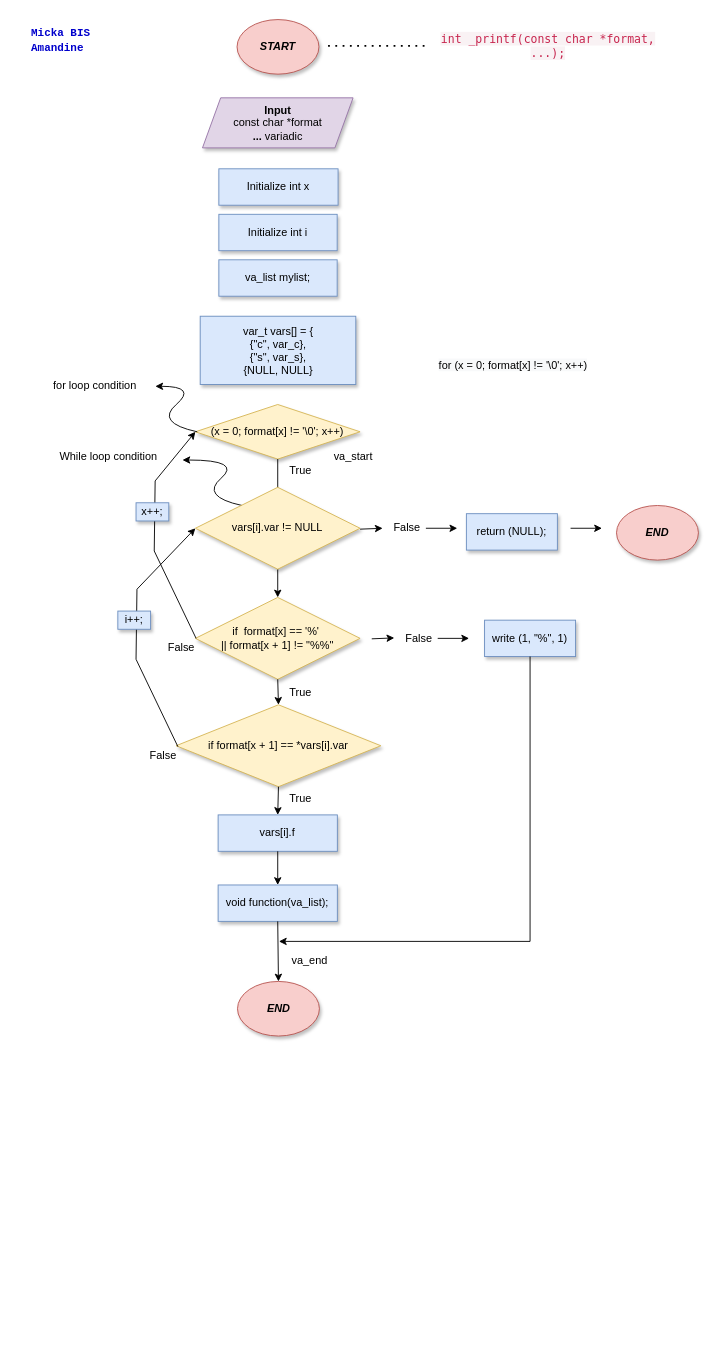
The draw.io diagram page "Printf" (1 of 4) of Diagramme sans nom.drawio in Amandine4731/holbertonschool-printf, before the edit. Source tidied: cells renumbered, new cells numbered last; positions are measured from the earlier drawing's top-left corner, leaving out a move shared by most shapes. Both pictures are drawn from the tidied source at 91%, with x=0, y=0 at pixel (19, 19).
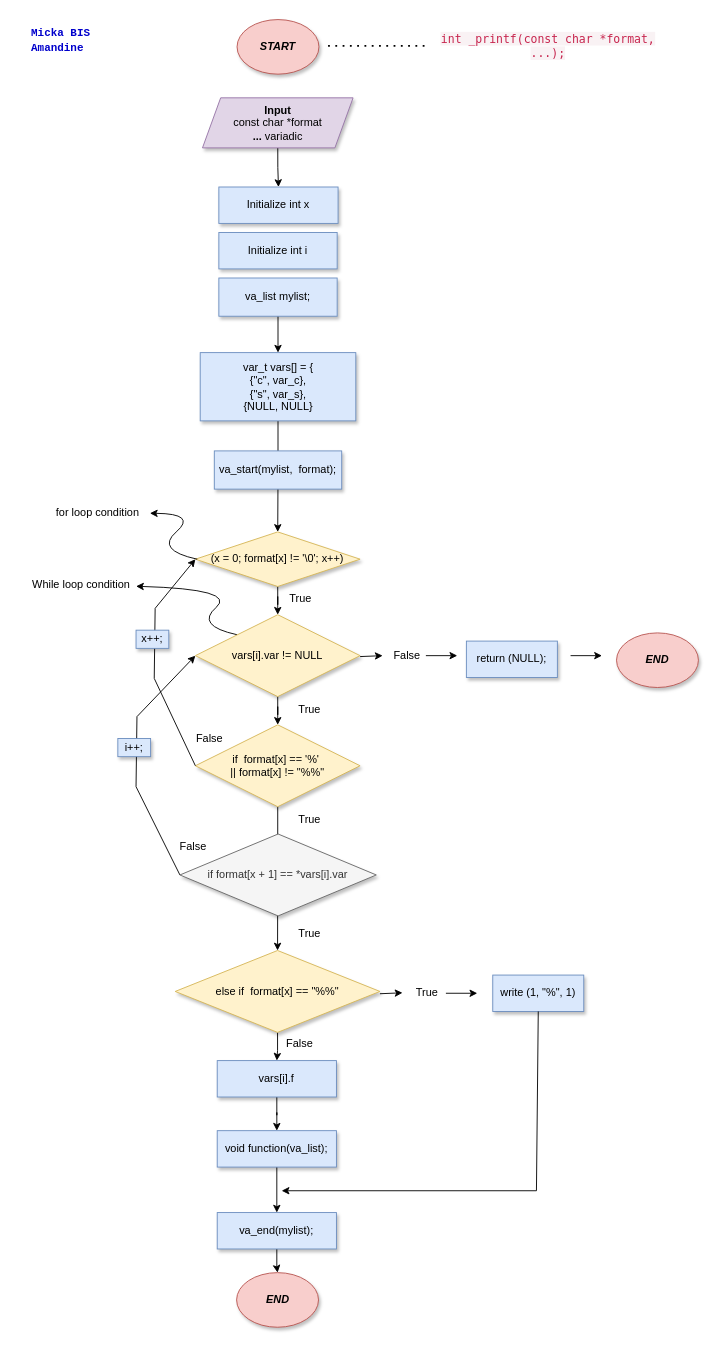
The same diagram, later.

Commit message:
Mettre à jour Diagramme sans nom.drawio

Unchanged cells that the change refers to:
```xml
<mxCell id="30" value="&lt;b&gt;Input&lt;/b&gt;&lt;br&gt;const char *format&lt;br&gt;&lt;b&gt;... &lt;/b&gt;variadic" style="shape=parallelogram;perimeter=parallelogramPerimeter;whiteSpace=wrap;html=1;fixedSize=1;shadow=1;strokeWidth=1;fillColor=#e1d5e7;strokeColor=#9673a6;" parent="1" vertex="1">
  <mxGeometry x="201" y="86" width="165.5" height="55" as="geometry" />
</mxCell>
```

Change to the diagram source:
```diff
@@
     <mxCell id="3" value="Initialize int i" style="rounded=0;whiteSpace=wrap;html=1;shadow=1;strokeWidth=1;fillColor=#dae8fc;strokeColor=#6c8ebf;" parent="1" vertex="1">
-      <mxGeometry x="219" y="214" width="130" height="40" as="geometry" />
+      <mxGeometry x="219" y="234" width="130" height="40" as="geometry" />
     </mxCell>
+    <mxCell id="51" style="edgeStyle=orthogonalEdgeStyle;rounded=0;jettySize=auto;html=1;" parent="1" edge="1" source="4" target="36">
+      <mxGeometry relative="1" as="geometry" />
+    </mxCell>
     <mxCell id="4" value="(x = 0; format[x] != '\0'; x++)" style="rhombus;whiteSpace=wrap;html=1;shadow=1;strokeWidth=1;fillColor=#fff2cc;strokeColor=#d6b656;" parent="1" vertex="1">
-      <mxGeometry x="193.2" y="423" width="181" height="60" as="geometry" />
+      <mxGeometry x="193.2" y="563" width="181" height="60" as="geometry" />
     </mxCell>
-    <mxCell id="5" style="curved=1;endArrow=classic;html=1;rounded=0;" parent="1" edge="1">
+    <mxCell id="5" style="curved=1;endArrow=classic;html=1;rounded=0;" parent="1" edge="1" target="6">
       <mxGeometry relative="1" as="geometry">
-        <mxPoint x="244.5" y="534" as="sourcePoint" />
-        <mxPoint x="179" y="484" as="targetPoint" />
+        <mxPoint x="239" y="676" as="sourcePoint" />
         <Array as="points">
-          <mxPoint x="198.5" y="524" />
-          <mxPoint x="244.5" y="484" />
+          <mxPoint x="193" y="666" />
+          <mxPoint x="239" y="626" />
         </Array>
       </mxGeometry>
     </mxCell>
     <mxCell id="6" value="While loop condition" style="text;html=1;strokeColor=none;fillColor=none;align=center;verticalAlign=middle;whiteSpace=wrap;rounded=0;shadow=0;strokeWidth=1;" parent="1" vertex="1">
-      <mxGeometry x="38" y="466" width="120" height="30" as="geometry" />
+      <mxGeometry x="8" y="606" width="120" height="30" as="geometry" />
     </mxCell>
     <mxCell id="7" style="endArrow=classic;html=1;rounded=0;exitX=1;exitY=0.5;exitDx=0;exitDy=0;" parent="1" edge="1">
       <mxGeometry relative="1" as="geometry">
-        <mxPoint x="374.2" y="560" as="sourcePoint" />
-        <mxPoint x="399" y="559" as="targetPoint" />
+        <mxPoint x="374.2" y="700" as="sourcePoint" />
+        <mxPoint x="399" y="699" as="targetPoint" />
       </mxGeometry>
     </mxCell>
     <mxCell id="8" value="False" style="text;html=1;strokeColor=none;fillColor=none;align=center;verticalAlign=middle;whiteSpace=wrap;rounded=0;shadow=0;strokeWidth=1;" parent="1" vertex="1">
-      <mxGeometry x="406" y="544" width="40" height="30" as="geometry" />
+      <mxGeometry x="406" y="684" width="40" height="30" as="geometry" />
     </mxCell>
     <mxCell id="9" style="endArrow=classic;html=1;rounded=0;exitX=1;exitY=0.5;exitDx=0;exitDy=0;" parent="1" edge="1">
       <mxGeometry relative="1" as="geometry">
-        <mxPoint x="446.5" y="559" as="sourcePoint" />
-        <mxPoint x="481" y="559" as="targetPoint" />
+        <mxPoint x="446.5" y="699" as="sourcePoint" />
+        <mxPoint x="481" y="699" as="targetPoint" />
       </mxGeometry>
     </mxCell>
     <mxCell id="10" value="return (NULL);" style="rounded=0;whiteSpace=wrap;html=1;shadow=1;strokeWidth=1;fillColor=#dae8fc;strokeColor=#6c8ebf;" parent="1" vertex="1">
-      <mxGeometry x="491" y="543" width="100" height="40" as="geometry" />
+      <mxGeometry x="491" y="683" width="100" height="40" as="geometry" />
     </mxCell>
     <mxCell id="11" style="endArrow=classic;html=1;rounded=0;exitX=1;exitY=0.5;exitDx=0;exitDy=0;" parent="1" edge="1">
       <mxGeometry relative="1" as="geometry">
-        <mxPoint x="605.5" y="559" as="sourcePoint" />
-        <mxPoint x="640" y="559" as="targetPoint" />
+        <mxPoint x="605.5" y="699" as="sourcePoint" />
+        <mxPoint x="640" y="699" as="targetPoint" />
       </mxGeometry>
     </mxCell>
     <mxCell id="12" value="&lt;b&gt;&lt;i&gt;END&lt;/i&gt;&lt;/b&gt;" style="ellipse;whiteSpace=wrap;html=1;shadow=1;fillColor=#f8cecc;strokeColor=#b85450;" parent="1" vertex="1">
-      <mxGeometry x="656" y="534" width="90" height="60" as="geometry" />
+      <mxGeometry x="656" y="674" width="90" height="60" as="geometry" />
     </mxCell>
+    <mxCell id="22" style="edgeStyle=orthogonalEdgeStyle;rounded=0;jettySize=auto;html=1;entryX=0.5;entryY=0;entryDx=0;entryDy=0;" parent="1" edge="1" source="13" target="20">
+      <mxGeometry relative="1" as="geometry" />
+    </mxCell>
-    <mxCell id="13" value="if format[x + 1] == *vars[i].var" style="rhombus;whiteSpace=wrap;html=1;shadow=1;strokeWidth=1;fillColor=#fff2cc;strokeColor=#d6b656;" parent="1" vertex="1">
-      <mxGeometry x="172" y="753" width="225" height="90" as="geometry" />
+    <mxCell id="13" value="else if&amp;nbsp; format[x] == &quot;%%&quot;" style="rhombus;whiteSpace=wrap;html=1;shadow=1;strokeWidth=1;fillColor=#fff2cc;strokeColor=#d6b656;" parent="1" vertex="1">
+      <mxGeometry x="171" y="1023" width="225" height="90" as="geometry" />
     </mxCell>
-    <mxCell id="14" style="endArrow=classic;html=1;rounded=0;exitX=0.5;exitY=1;exitDx=0;exitDy=0;entryX=0.5;entryY=0;entryDx=0;entryDy=0;" parent="1" edge="1" source="4" target="26">
-      <mxGeometry relative="1" as="geometry" />
-    </mxCell>
-    <mxCell id="15" style="endArrow=classic;html=1;rounded=0;exitX=0;exitY=0.5;exitDx=0;exitDy=0;entryX=0;entryY=0.5;entryDx=0;entryDy=0;" parent="1" edge="1" target="36">
+    <mxCell id="15" style="endArrow=classic;html=1;rounded=0;entryX=0;entryY=0.5;entryDx=0;entryDy=0;exitX=0;exitY=0.5;exitDx=0;exitDy=0;" parent="1" edge="1" source="57" target="36">
       <mxGeometry relative="1" as="geometry">
-        <mxPoint x="174" y="799" as="sourcePoint" />
         <Array as="points">
-          <mxPoint x="128" y="703" />
-          <mxPoint x="129" y="626" />
+          <mxPoint x="128" y="843" />
+          <mxPoint x="129" y="766" />
         </Array>
       </mxGeometry>
     </mxCell>
     <mxCell id="16" value="True" style="text;html=1;strokeColor=none;fillColor=none;align=center;verticalAlign=middle;whiteSpace=wrap;rounded=0;shadow=0;strokeWidth=1;" parent="1" vertex="1">
-      <mxGeometry x="289" y="725" width="40" height="30" as="geometry" />
+      <mxGeometry x="299" y="744" width="40" height="30" as="geometry" />
     </mxCell>
     <mxCell id="17" value="False" style="text;html=1;strokeColor=none;fillColor=none;align=center;verticalAlign=middle;whiteSpace=wrap;rounded=0;shadow=0;strokeWidth=1;" parent="1" vertex="1">
-      <mxGeometry x="138" y="794" width="40" height="30" as="geometry" />
+      <mxGeometry x="171" y="894" width="40" height="30" as="geometry" />
     </mxCell>
     <mxCell id="18" value="i++;" style="rounded=0;whiteSpace=wrap;html=1;shadow=1;strokeWidth=1;fillColor=#dae8fc;strokeColor=#6c8ebf;" parent="1" vertex="1">
-      <mxGeometry x="108" y="650" width="36" height="20" as="geometry" />
+      <mxGeometry x="108" y="790" width="36" height="20" as="geometry" />
     </mxCell>
-    <mxCell id="19" value="True" style="text;html=1;strokeColor=none;fillColor=none;align=center;verticalAlign=middle;whiteSpace=wrap;rounded=0;shadow=0;strokeWidth=1;" parent="1" vertex="1">
-      <mxGeometry x="289" y="841" width="40" height="30" as="geometry" />
+    <mxCell id="19" value="False" style="text;html=1;strokeColor=none;fillColor=none;align=center;verticalAlign=middle;whiteSpace=wrap;rounded=0;shadow=0;strokeWidth=1;" parent="1" vertex="1">
+      <mxGeometry x="288" y="1111" width="40" height="30" as="geometry" />
     </mxCell>
+    <mxCell id="23" style="edgeStyle=orthogonalEdgeStyle;rounded=0;jettySize=auto;html=1;entryX=0.5;entryY=0;entryDx=0;entryDy=0;" parent="1" edge="1" source="20" target="21">
+      <mxGeometry relative="1" as="geometry" />
+    </mxCell>
     <mxCell id="20" value="vars[i].f" style="rounded=0;whiteSpace=wrap;html=1;shadow=1;strokeWidth=1;fillColor=#dae8fc;strokeColor=#6c8ebf;" parent="1" vertex="1">
-      <mxGeometry x="218.2" y="874" width="131" height="40" as="geometry" />
+      <mxGeometry x="217.2" y="1144" width="131" height="40" as="geometry" />
     </mxCell>
+    <mxCell id="52" style="edgeStyle=orthogonalEdgeStyle;rounded=0;jettySize=auto;html=1;entryX=0.5;entryY=0;entryDx=0;entryDy=0;" parent="1" edge="1" source="21" target="60">
+      <mxGeometry relative="1" as="geometry" />
+    </mxCell>
     <mxCell id="21" value="void function(va_list);" style="rounded=0;whiteSpace=wrap;html=1;shadow=1;strokeWidth=1;fillColor=#dae8fc;strokeColor=#6c8ebf;" parent="1" vertex="1">
-      <mxGeometry x="218.2" y="951" width="131" height="40" as="geometry" />
+      <mxGeometry x="217.2" y="1221" width="131" height="40" as="geometry" />
     </mxCell>
-    <mxCell id="22" style="endArrow=classic;html=1;rounded=0;exitX=0.5;exitY=1;exitDx=0;exitDy=0;entryX=0.5;entryY=0;entryDx=0;entryDy=0;" parent="1" edge="1" source="13" target="20">
-      <mxGeometry relative="1" as="geometry" />
-    </mxCell>
-    <mxCell id="23" style="endArrow=classic;html=1;rounded=0;exitX=0.5;exitY=1;exitDx=0;exitDy=0;entryX=0.5;entryY=0;entryDx=0;entryDy=0;" parent="1" edge="1" source="20" target="21">
-      <mxGeometry relative="1" as="geometry" />
-    </mxCell>
     <mxCell id="24" value="&lt;b&gt;&lt;i&gt;END&lt;/i&gt;&lt;/b&gt;" style="ellipse;whiteSpace=wrap;html=1;shadow=1;fillColor=#f8cecc;strokeColor=#b85450;" parent="1" vertex="1">
-      <mxGeometry x="239.5" y="1057" width="90" height="60" as="geometry" />
+      <mxGeometry x="238.5" y="1377" width="90" height="60" as="geometry" />
     </mxCell>
-    <mxCell id="25" style="endArrow=classic;html=1;rounded=0;exitX=0.5;exitY=1;exitDx=0;exitDy=0;entryX=0.5;entryY=0;entryDx=0;entryDy=0;" parent="1" edge="1" source="21" target="24">
-      <mxGeometry relative="1" as="geometry" />
-    </mxCell>
+    <mxCell id="37" style="edgeStyle=orthogonalEdgeStyle;rounded=0;jettySize=auto;html=1;entryX=0.5;entryY=0;entryDx=0;entryDy=0;" parent="1" edge="1" source="26" target="13">
+      <mxGeometry relative="1" as="geometry" />
+    </mxCell>
-    <mxCell id="26" value="if&amp;nbsp; format[x] == '%'&amp;nbsp;&lt;br&gt;|| format[x + 1]&amp;nbsp;!= &quot;%%&quot;" style="rhombus;whiteSpace=wrap;html=1;shadow=1;strokeWidth=1;fillColor=#fff2cc;strokeColor=#d6b656;" parent="1" vertex="1">
-      <mxGeometry x="193.2" y="635" width="181" height="90" as="geometry" />
+    <mxCell id="26" value="if&amp;nbsp; format[x] == '%'&amp;nbsp;&lt;br&gt;|| format[x]&amp;nbsp;!= &quot;%%&quot;" style="rhombus;whiteSpace=wrap;html=1;shadow=1;strokeWidth=1;fillColor=#fff2cc;strokeColor=#d6b656;" parent="1" vertex="1">
+      <mxGeometry x="193.2" y="775" width="181" height="90" as="geometry" />
     </mxCell>
     <mxCell id="27" value="Initialize int x" style="rounded=0;whiteSpace=wrap;html=1;shadow=1;strokeWidth=1;fillColor=#dae8fc;strokeColor=#6c8ebf;" parent="1" vertex="1">
-      <mxGeometry x="219" y="164" width="131" height="40" as="geometry" />
+      <mxGeometry x="219" y="184" width="131" height="40" as="geometry" />
     </mxCell>
@@
+    <mxCell id="53" style="edgeStyle=orthogonalEdgeStyle;rounded=0;jettySize=auto;html=1;exitX=0.5;exitY=1;exitDx=0;exitDy=0;" parent="1" edge="1" source="30" target="27">
+      <mxGeometry relative="1" as="geometry" />
+    </mxCell>
@@
-    <mxCell id="31" style="edgeStyle=orthogonalEdgeStyle;rounded=0;orthogonalLoop=1;jettySize=auto;html=1;exitX=0.5;exitY=1;exitDx=0;exitDy=0;" parent="1" edge="1" source="16" target="16">
-      <mxGeometry relative="1" as="geometry" />
+    <mxCell id="31" style="edgeStyle=orthogonalEdgeStyle;rounded=0;orthogonalLoop=1;jettySize=auto;html=1;exitX=0.5;exitY=1;exitDx=0;exitDy=0;" parent="1" edge="1">
+      <mxGeometry relative="1" as="geometry">
+        <mxPoint x="308" y="1025" as="sourcePoint" />
+        <mxPoint x="308" y="1025" as="targetPoint" />
+      </mxGeometry>
     </mxCell>
     <mxCell id="32" value="True" style="text;html=1;strokeColor=none;fillColor=none;align=center;verticalAlign=middle;whiteSpace=wrap;rounded=0;shadow=0;strokeWidth=1;" parent="1" vertex="1">
-      <mxGeometry x="289" y="481" width="40" height="30" as="geometry" />
+      <mxGeometry x="289" y="621" width="40" height="30" as="geometry" />
     </mxCell>
     <mxCell id="33" style="endArrow=classic;html=1;rounded=0;exitX=1;exitY=0.5;exitDx=0;exitDy=0;" parent="1" edge="1">
       <mxGeometry relative="1" as="geometry">
-        <mxPoint x="387" y="680.5" as="sourcePoint" />
-        <mxPoint x="411.8" y="679.5" as="targetPoint" />
+        <mxPoint x="396" y="1070.5" as="sourcePoint" />
+        <mxPoint x="420.8" y="1069.5" as="targetPoint" />
       </mxGeometry>
     </mxCell>
-    <mxCell id="34" value="False" style="text;html=1;strokeColor=none;fillColor=none;align=center;verticalAlign=middle;whiteSpace=wrap;rounded=0;shadow=0;strokeWidth=1;" parent="1" vertex="1">
-      <mxGeometry x="419" y="665" width="40" height="30" as="geometry" />
+    <mxCell id="34" value="True" style="text;html=1;strokeColor=none;fillColor=none;align=center;verticalAlign=middle;whiteSpace=wrap;rounded=0;shadow=0;strokeWidth=1;" parent="1" vertex="1">
+      <mxGeometry x="428" y="1055" width="40" height="30" as="geometry" />
     </mxCell>
     <mxCell id="35" style="endArrow=classic;html=1;rounded=0;exitX=1;exitY=0.5;exitDx=0;exitDy=0;" parent="1" edge="1">
       <mxGeometry relative="1" as="geometry">
-        <mxPoint x="459.5" y="680" as="sourcePoint" />
-        <mxPoint x="494" y="680" as="targetPoint" />
+        <mxPoint x="468.5" y="1070" as="sourcePoint" />
+        <mxPoint x="503" y="1070" as="targetPoint" />
       </mxGeometry>
     </mxCell>
+    <mxCell id="54" style="edgeStyle=orthogonalEdgeStyle;rounded=0;jettySize=auto;html=1;" parent="1" edge="1" source="36" target="26">
+      <mxGeometry relative="1" as="geometry" />
+    </mxCell>
     <mxCell id="36" value="vars[i].var != NULL" style="rhombus;whiteSpace=wrap;html=1;shadow=1;strokeWidth=1;fillColor=#fff2cc;strokeColor=#d6b656;" parent="1" vertex="1">
-      <mxGeometry x="193.2" y="514" width="181" height="90" as="geometry" />
+      <mxGeometry x="193.2" y="654" width="181" height="90" as="geometry" />
     </mxCell>
-    <mxCell id="37" style="endArrow=classic;html=1;rounded=0;exitX=0.5;exitY=1;exitDx=0;exitDy=0;entryX=0.5;entryY=0;entryDx=0;entryDy=0;" parent="1" edge="1" source="26" target="13">
-      <mxGeometry relative="1" as="geometry" />
-    </mxCell>
-    <mxCell id="38" value="va_end" style="text;html=1;strokeColor=none;fillColor=none;align=center;verticalAlign=middle;whiteSpace=wrap;rounded=0;shadow=1;strokeWidth=1;" parent="1" vertex="1">
-      <mxGeometry x="289" y="1017" width="60" height="34" as="geometry" />
-    </mxCell>
     <mxCell id="39" value="write (1, &quot;%&quot;, 1)" style="rounded=0;whiteSpace=wrap;html=1;shadow=1;strokeWidth=1;fillColor=#dae8fc;strokeColor=#6c8ebf;" parent="1" vertex="1">
-      <mxGeometry x="511" y="660" width="100" height="40" as="geometry" />
+      <mxGeometry x="520" y="1050" width="100" height="40" as="geometry" />
     </mxCell>
-    <mxCell id="40" style="endArrow=classic;html=1;rounded=0;exitX=0.5;exitY=1;exitDx=0;exitDy=0;" parent="1" edge="1" source="39">
+    <mxCell id="40" style="endArrow=classic;html=1;rounded=0;exitX=0.5;exitY=1;exitDx=0;exitDy=0;entryX=0;entryY=0;entryDx=0;entryDy=0;" parent="1" edge="1" source="39">
       <mxGeometry relative="1" as="geometry">
-        <mxPoint x="285" y="1013" as="targetPoint" />
+        <mxPoint x="288" y="1287" as="targetPoint" />
         <Array as="points">
-          <mxPoint x="561" y="1013" />
+          <mxPoint x="568" y="1287" />
         </Array>
       </mxGeometry>
     </mxCell>
-    <mxCell id="41" value="va_start" style="text;html=1;strokeColor=none;fillColor=none;align=center;verticalAlign=middle;whiteSpace=wrap;rounded=0;shadow=1;strokeWidth=1;" parent="1" vertex="1">
-      <mxGeometry x="337" y="466" width="60" height="30" as="geometry" />
-    </mxCell>
@@
+    <mxCell id="55" style="edgeStyle=orthogonalEdgeStyle;rounded=0;jettySize=auto;html=1;entryX=0.5;entryY=0;entryDx=0;entryDy=0;" parent="1" edge="1" source="43" target="4">
+      <mxGeometry relative="1" as="geometry" />
+    </mxCell>
     <mxCell id="43" value="var_t vars[] = {&lt;br&gt;{&quot;c&quot;, var_c},&lt;br&gt;{&quot;s&quot;, var_s},&lt;br&gt;{NULL, NULL}" style="rounded=0;whiteSpace=wrap;html=1;shadow=1;strokeWidth=1;fillColor=#dae8fc;strokeColor=#6c8ebf;" parent="1" vertex="1">
-      <mxGeometry x="198.5" y="326" width="171" height="75" as="geometry" />
+      <mxGeometry x="198.5" y="366" width="171" height="75" as="geometry" />
     </mxCell>
+    <mxCell id="56" style="edgeStyle=orthogonalEdgeStyle;rounded=0;jettySize=auto;html=1;entryX=0.5;entryY=0;entryDx=0;entryDy=0;" parent="1" edge="1" source="44" target="43">
+      <mxGeometry relative="1" as="geometry" />
+    </mxCell>
     <mxCell id="44" value="va_list mylist;" style="rounded=0;whiteSpace=wrap;html=1;shadow=1;strokeWidth=1;fillColor=#dae8fc;strokeColor=#6c8ebf;" parent="1" vertex="1">
-      <mxGeometry x="219" y="264" width="130" height="40" as="geometry" />
+      <mxGeometry x="219" y="284" width="130" height="42" as="geometry" />
     </mxCell>
-    <mxCell id="45" value="&lt;span style=&quot;color: rgb(0, 0, 0); font-family: Helvetica; font-size: 12px; font-style: normal; font-variant-ligatures: normal; font-variant-caps: normal; font-weight: 400; letter-spacing: normal; orphans: 2; text-align: center; text-indent: 0px; text-transform: none; widows: 2; word-spacing: 0px; -webkit-text-stroke-width: 0px; background-color: rgb(248, 249, 250); text-decoration-thickness: initial; text-decoration-style: initial; text-decoration-color: initial; float: none; display: inline !important;&quot;&gt;for (x = 0; format[x] != '\0'; x++)&lt;/span&gt;" style="text;whiteSpace=wrap;html=1;" parent="1" vertex="1">
-      <mxGeometry x="459" y="366" width="200" height="40" as="geometry" />
-    </mxCell>
-    <mxCell id="46" style="curved=1;endArrow=classic;html=1;rounded=0;" parent="1" edge="1">
+    <mxCell id="46" style="curved=1;endArrow=classic;html=1;rounded=0;" parent="1" edge="1" target="47">
       <mxGeometry relative="1" as="geometry">
-        <mxPoint x="195.2" y="453" as="sourcePoint" />
-        <mxPoint x="149.2" y="403" as="targetPoint" />
+        <mxPoint x="195.2" y="593" as="sourcePoint" />
         <Array as="points">
-          <mxPoint x="149.2" y="443" />
-          <mxPoint x="195.2" y="403" />
+          <mxPoint x="149.2" y="583" />
+          <mxPoint x="195.2" y="543" />
         </Array>
       </mxGeometry>
     </mxCell>
     <mxCell id="47" value="for loop condition" style="text;html=1;strokeColor=none;fillColor=none;align=center;verticalAlign=middle;whiteSpace=wrap;rounded=0;shadow=0;strokeWidth=1;" parent="1" vertex="1">
-      <mxGeometry x="23.2" y="387" width="120" height="30" as="geometry" />
+      <mxGeometry x="29" y="527" width="114.2" height="30" as="geometry" />
     </mxCell>
-    <mxCell id="48" style="endArrow=classic;html=1;rounded=0;exitX=0;exitY=0.5;exitDx=0;exitDy=0;entryX=0;entryY=0.5;entryDx=0;entryDy=0;" parent="1" edge="1" target="4">
+    <mxCell id="48" style="endArrow=classic;html=1;rounded=0;exitX=0;exitY=0.5;exitDx=0;exitDy=0;entryX=0;entryY=0.5;entryDx=0;entryDy=0;" parent="1" edge="1" source="26" target="4">
       <mxGeometry relative="1" as="geometry">
-        <mxPoint x="194" y="680" as="sourcePoint" />
         <Array as="points">
-          <mxPoint x="148" y="584" />
-          <mxPoint x="149" y="507" />
+          <mxPoint x="148" y="724" />
+          <mxPoint x="149" y="647" />
         </Array>
       </mxGeometry>
     </mxCell>
+    <mxCell id="50" value="x++;" style="rounded=0;whiteSpace=wrap;html=1;shadow=1;strokeWidth=1;fillColor=#dae8fc;strokeColor=#6c8ebf;" parent="1" vertex="1">
+      <mxGeometry x="128" y="671" width="36" height="20" as="geometry" />
+    </mxCell>
+    <mxCell id="57" value="if format[x + 1] == *vars[i].var" style="rhombus;whiteSpace=wrap;html=1;shadow=1;strokeWidth=1;fillColor=#f5f5f5;strokeColor=#666666;fontColor=#333333;" parent="1" vertex="1">
+      <mxGeometry x="176.2" y="895" width="215.8" height="90" as="geometry" />
+    </mxCell>
+    <mxCell id="58" value="True" style="text;html=1;strokeColor=none;fillColor=none;align=center;verticalAlign=middle;whiteSpace=wrap;rounded=0;shadow=0;strokeWidth=1;" parent="1" vertex="1">
+      <mxGeometry x="299" y="864" width="40" height="30" as="geometry" />
+    </mxCell>
     <mxCell id="49" value="False" style="text;html=1;strokeColor=none;fillColor=none;align=center;verticalAlign=middle;whiteSpace=wrap;rounded=0;shadow=0;strokeWidth=1;" parent="1" vertex="1">
-      <mxGeometry x="158" y="675" width="40" height="30" as="geometry" />
+      <mxGeometry x="189" y="775" width="40" height="30" as="geometry" />
     </mxCell>
-    <mxCell id="50" value="x++;" style="rounded=0;whiteSpace=wrap;html=1;shadow=1;strokeWidth=1;fillColor=#dae8fc;strokeColor=#6c8ebf;" parent="1" vertex="1">
-      <mxGeometry x="128" y="531" width="36" height="20" as="geometry" />
-    </mxCell>
+    <mxCell id="59" style="edgeStyle=orthogonalEdgeStyle;rounded=0;jettySize=auto;html=1;" parent="1" edge="1" source="60" target="24">
+      <mxGeometry relative="1" as="geometry" />
+    </mxCell>
+    <mxCell id="60" value="va_end(mylist);" style="rounded=0;whiteSpace=wrap;html=1;shadow=1;strokeWidth=1;fillColor=#dae8fc;strokeColor=#6c8ebf;" parent="1" vertex="1">
+      <mxGeometry x="217.2" y="1311" width="131" height="40" as="geometry" />
+    </mxCell>
+    <mxCell id="61" value="True" style="text;html=1;strokeColor=none;fillColor=none;align=center;verticalAlign=middle;whiteSpace=wrap;rounded=0;shadow=0;strokeWidth=1;" parent="1" vertex="1">
+      <mxGeometry x="299" y="990" width="40" height="30" as="geometry" />
+    </mxCell>
+    <mxCell id="62" value="va_start(mylist,&amp;nbsp; format);" style="rounded=0;whiteSpace=wrap;html=1;shadow=1;strokeWidth=1;fillColor=#dae8fc;strokeColor=#6c8ebf;" parent="1" vertex="1">
+      <mxGeometry x="214" y="474" width="140" height="42" as="geometry" />
+    </mxCell>
```
